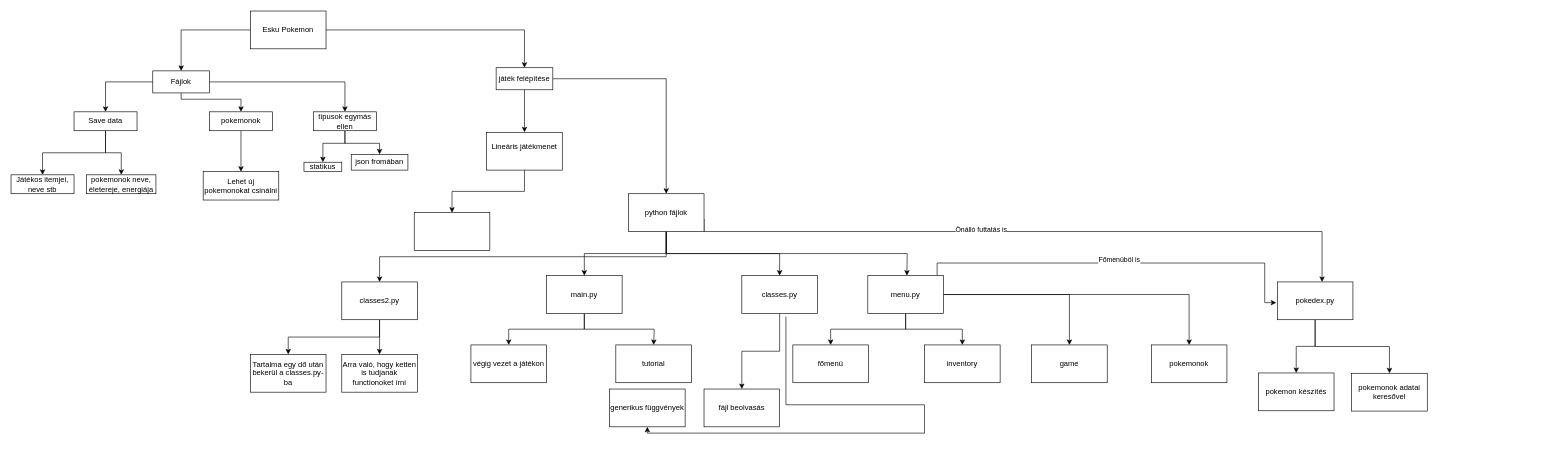
Earlier version of the draw.io diagram prokemon.drawio (csecsoliver/prokemon). Source tidied: cells renumbered, new cells numbered last; positions are measured from the earlier drawing's top-left corner, leaving out a move shared by most shapes. Both pictures are drawn from the tidied source at 63%, with x=0, y=0 at pixel (11, 11).
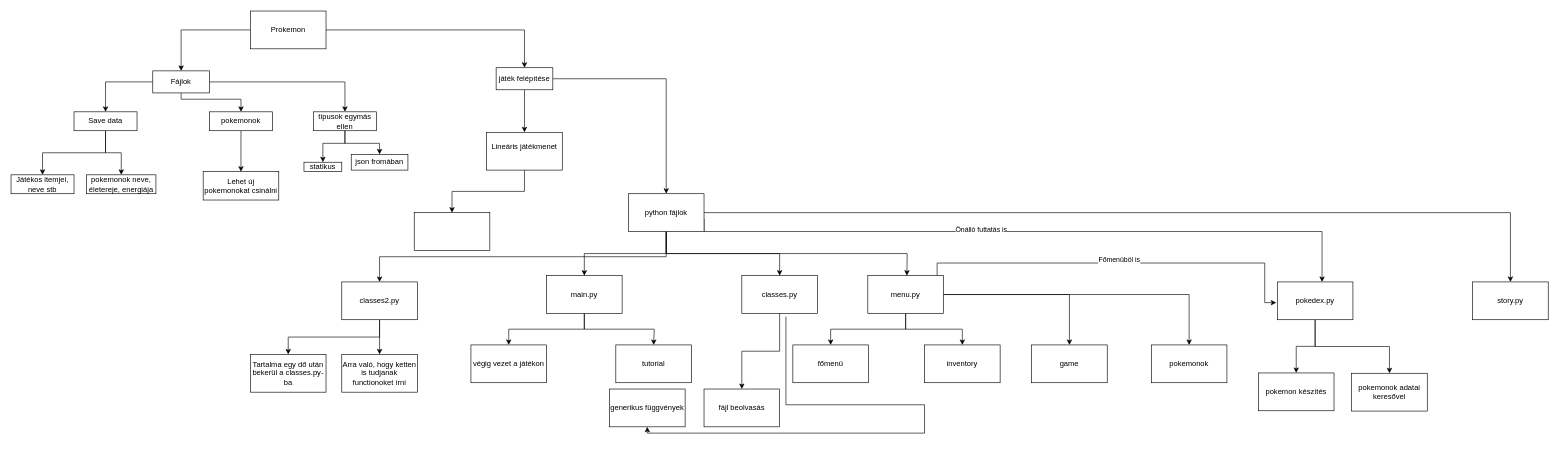
After the change.

The change refers to these unchanged cells:
```xml
<mxCell id="33" value="python fájlok" style="whiteSpace=wrap;html=1;rounded=0;" parent="1" vertex="1">
  <mxGeometry x="980" y="290" width="120" height="60" as="geometry" />
</mxCell>
```

The edit, as a diff of the source:
```diff
@@
-    <mxCell id="8" value="Esku Pokemon" style="rounded=0;whiteSpace=wrap;html=1;" parent="1" vertex="1">
+    <mxCell id="8" value="Prokemon" style="rounded=0;whiteSpace=wrap;html=1;" parent="1" vertex="1">
       <mxGeometry x="380" width="120" height="60" as="geometry" />
     </mxCell>
@@
+    <mxCell id="66" style="edgeStyle=orthogonalEdgeStyle;rounded=0;jettySize=auto;html=1;exitX=1;exitY=0.5;exitDx=0;exitDy=0;" parent="1" edge="1" source="33" target="67">
+      <mxGeometry relative="1" as="geometry" />
+    </mxCell>
@@
+    <mxCell id="67" value="&lt;div&gt;story.py&lt;/div&gt;" style="whiteSpace=wrap;html=1;rounded=0;" parent="1" vertex="1">
+      <mxGeometry x="2320" y="430" width="120" height="60" as="geometry" />
+    </mxCell>
```
